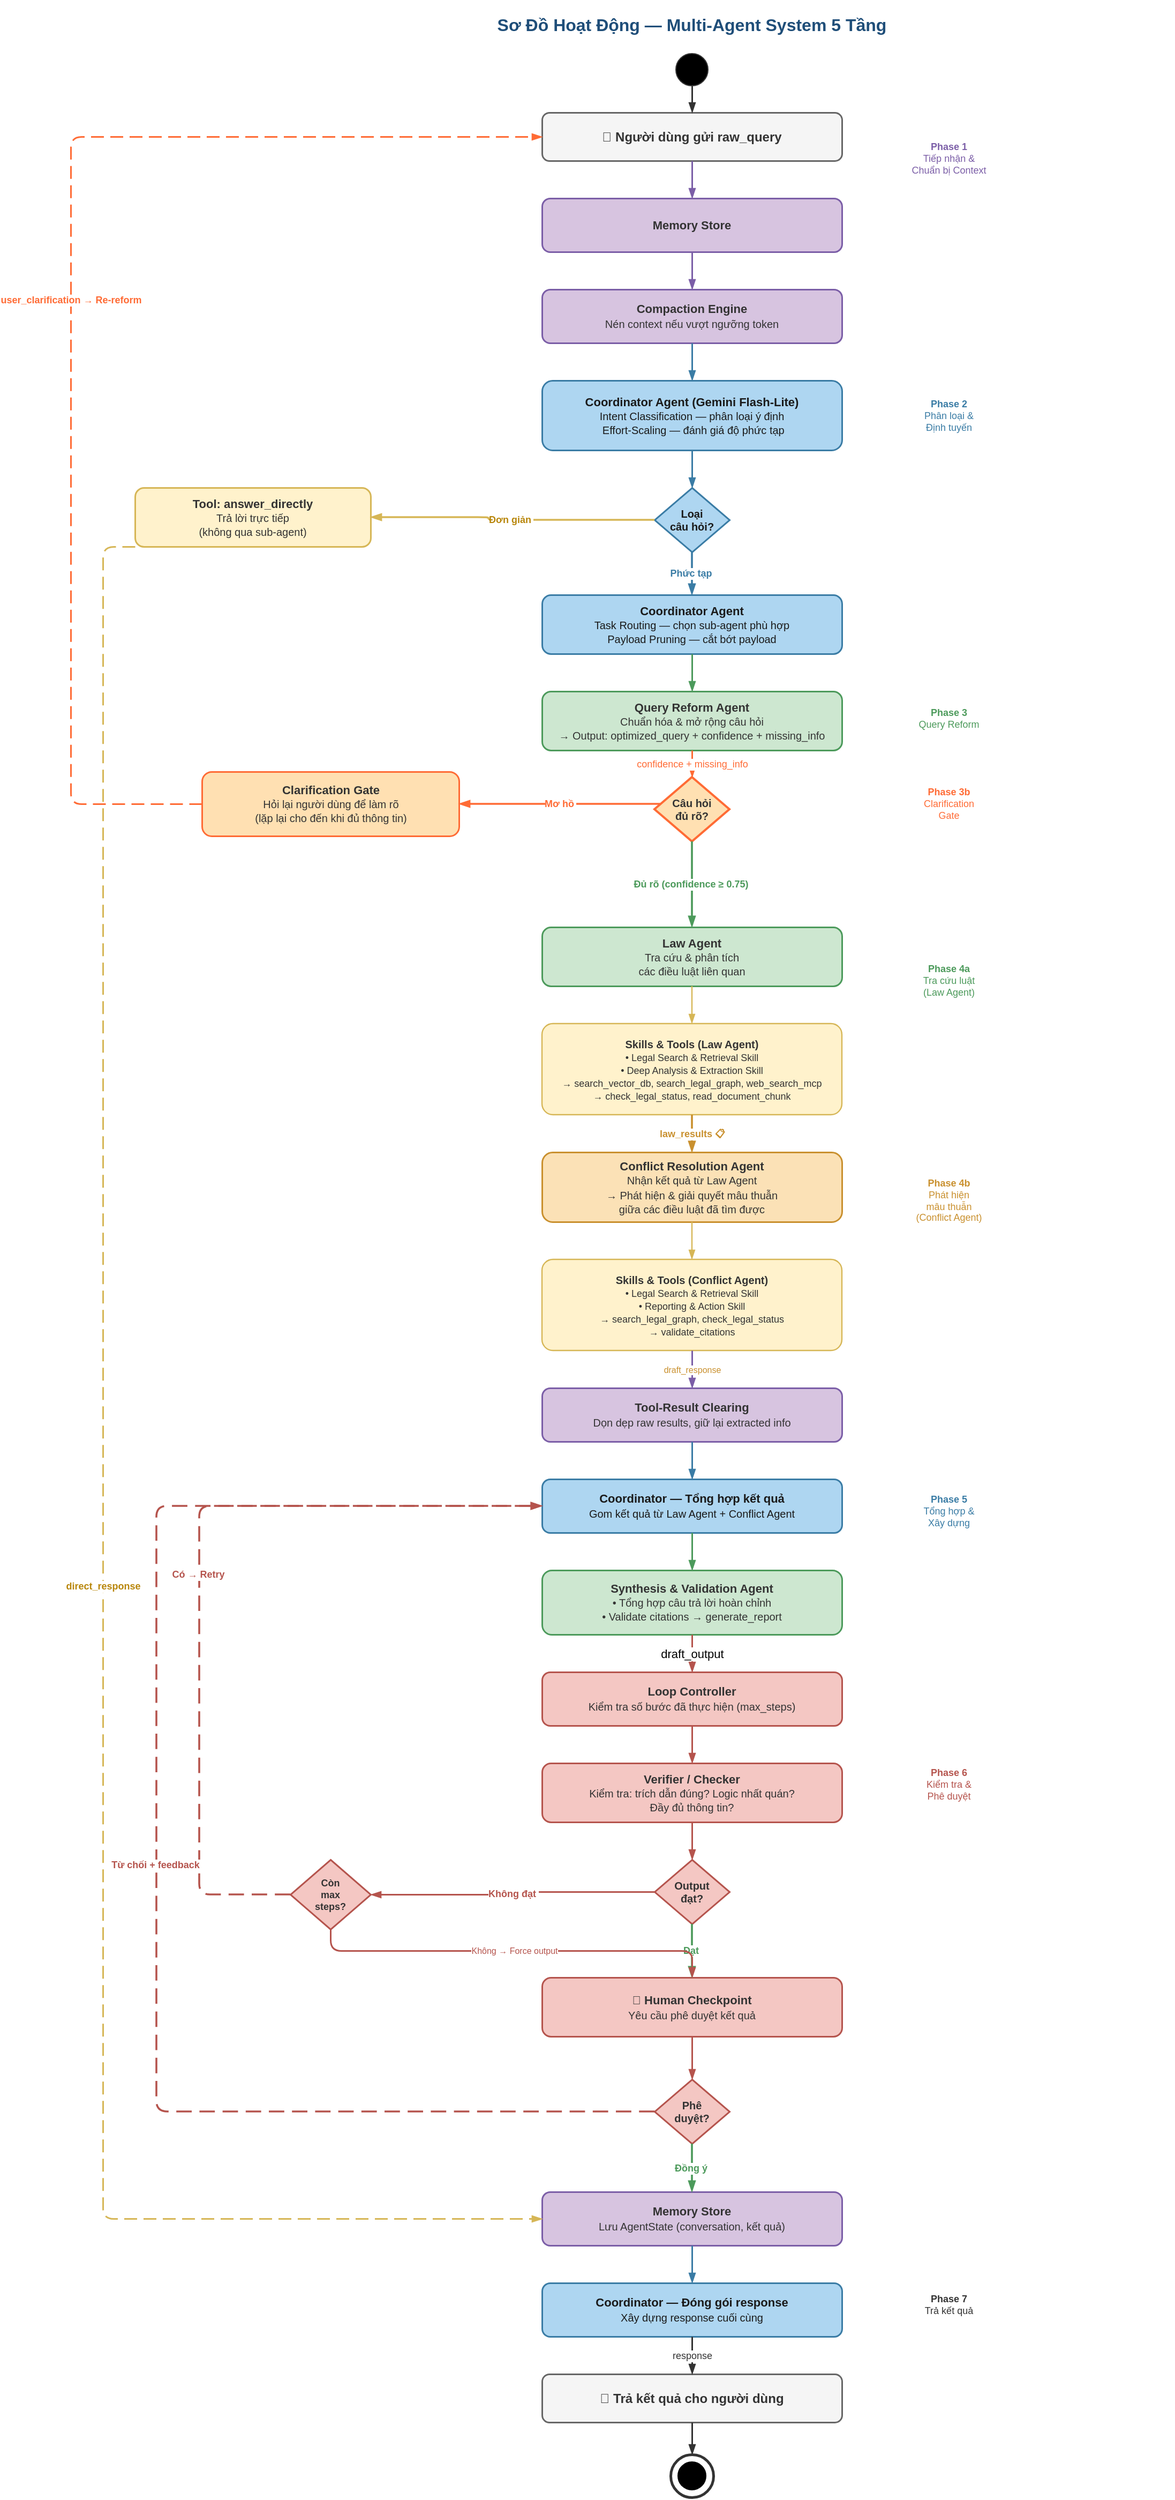
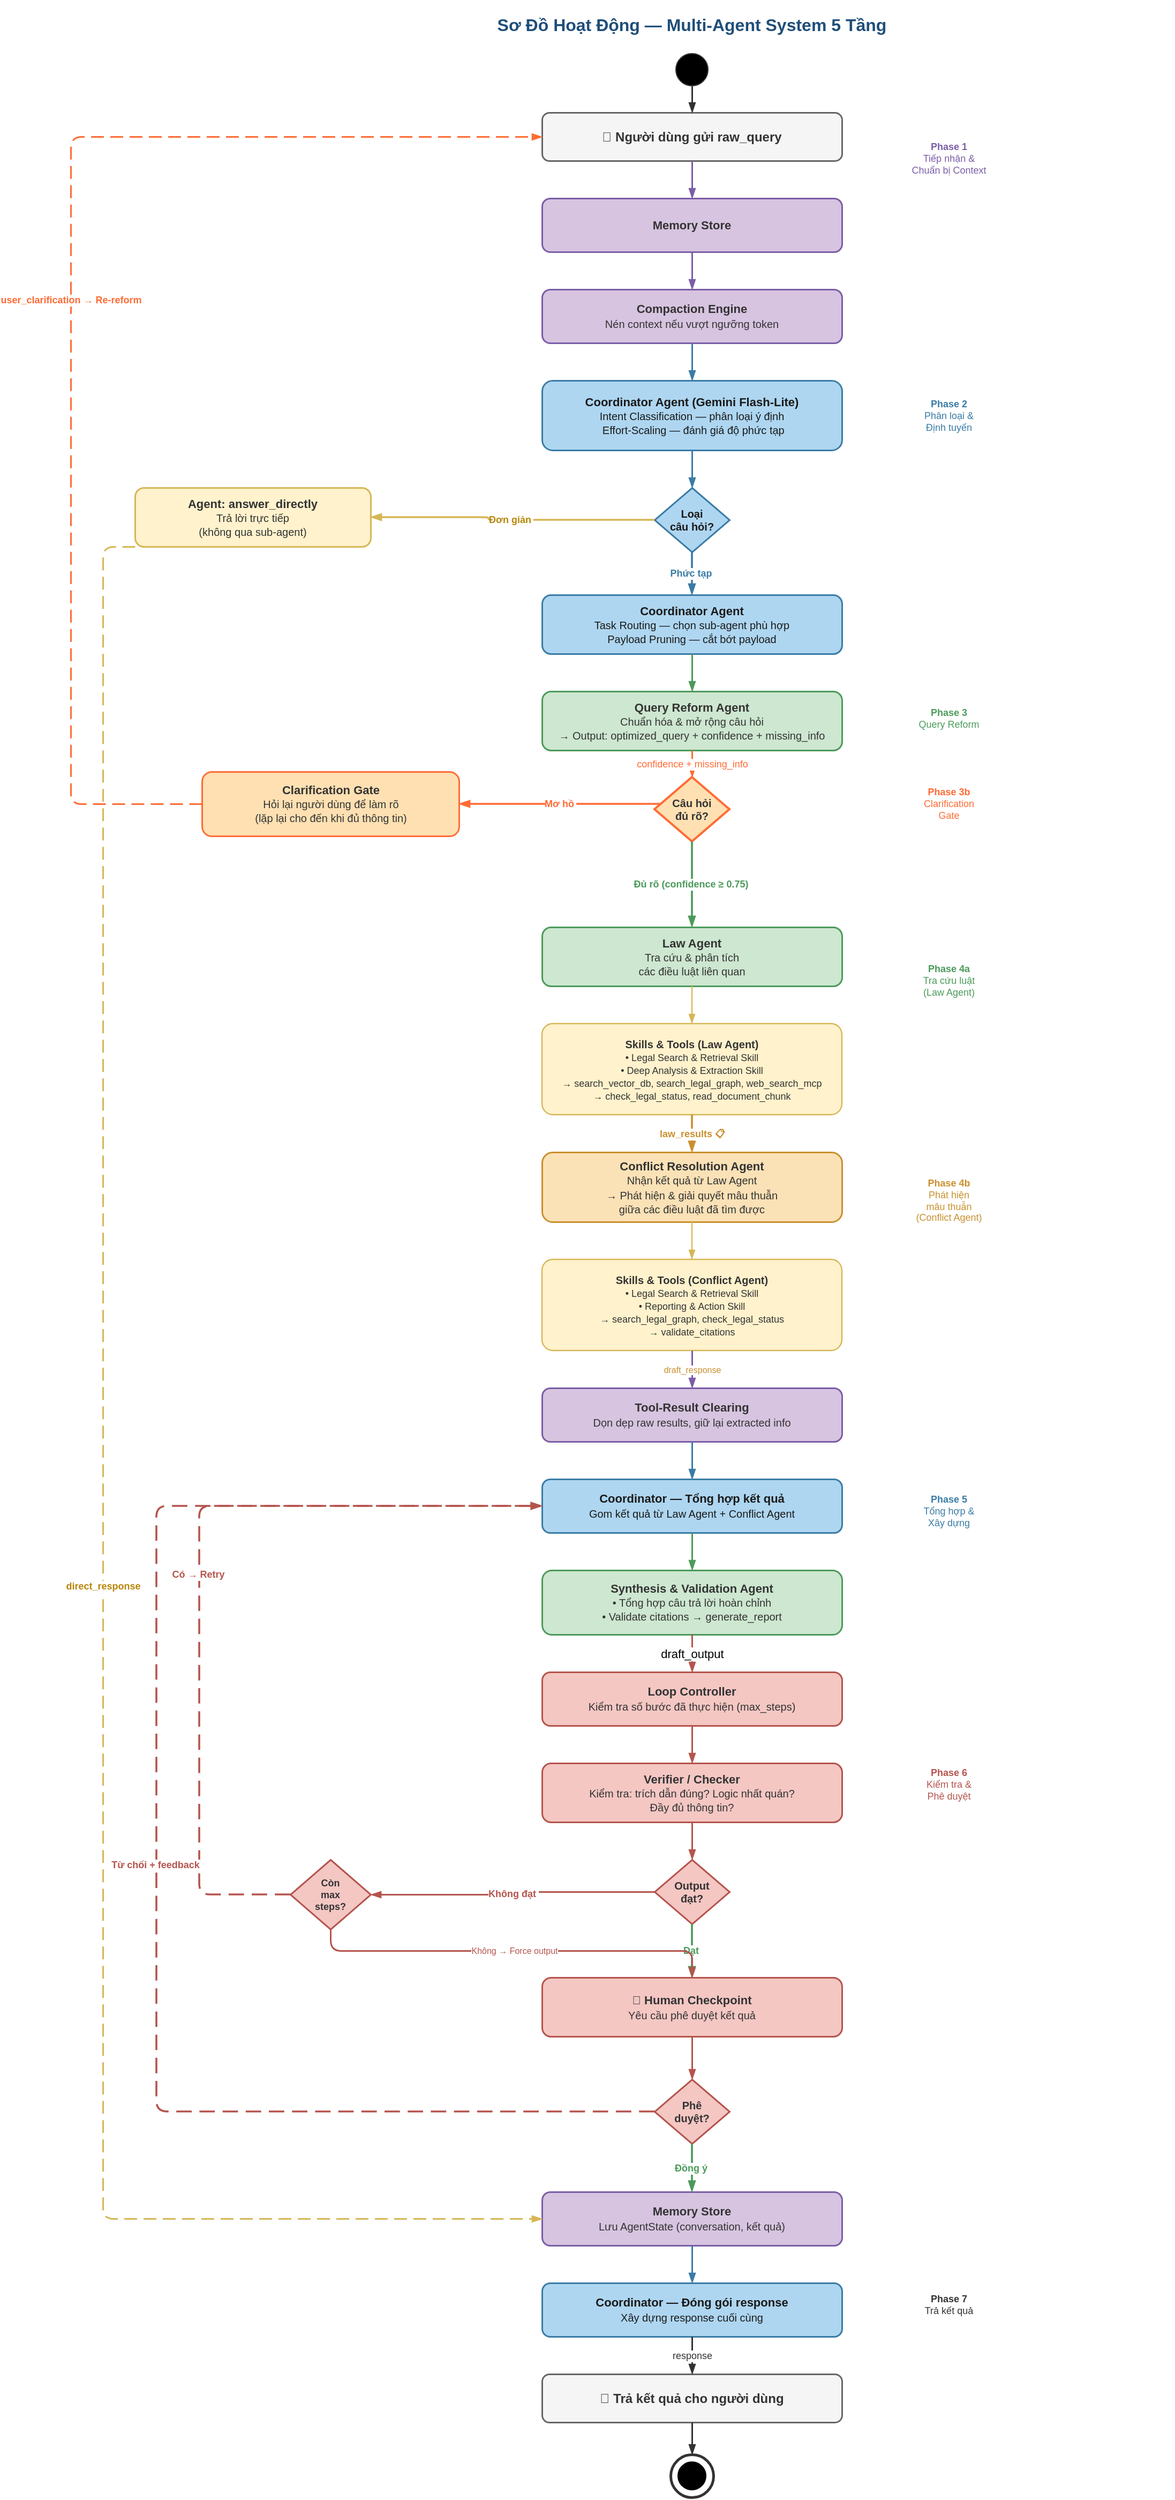
<mxfile host="app.diagrams.net" agent="antigravity">
  <diagram name="So Do Hoat Dong - Multi-Agent System" id="actDiag">
-     <mxGraphModel dx="2847" dy="708" grid="1" gridSize="10" guides="1" tooltips="1" connect="1" arrows="1" fold="1" page="1" pageScale="1" pageWidth="1500" pageHeight="2560" math="0" shadow="0">
+     <mxGraphModel dx="3164" dy="914" grid="1" gridSize="10" guides="1" tooltips="1" connect="1" arrows="1" fold="1" page="1" pageScale="1" pageWidth="1500" pageHeight="2560" math="0" shadow="0">
      <root>
        <mxCell id="0" />
        <mxCell id="1" parent="0" />
        <mxCell id="title" parent="1" style="text;html=1;fontSize=16;fontStyle=1;fontColor=#1F4E79;align=center;verticalAlign=middle;whiteSpace=wrap;" value="Sơ Đồ Hoạt Động — Multi-Agent System 5 Tầng" vertex="1">
          <mxGeometry height="45" width="900" x="170" y="10" as="geometry" />
        </mxCell>
        <mxCell id="ph1" parent="1" style="text;html=1;fontSize=9;fontColor=#7B5EA7;align=center;verticalAlign=middle;whiteSpace=wrap;" value="&lt;b&gt;Phase 1&lt;/b&gt;&lt;br&gt;Tiếp nhận &amp;&lt;br&gt;Chuẩn bị Context" vertex="1">
          <mxGeometry height="55" width="100" x="810" y="130" as="geometry" />
        </mxCell>
        <mxCell id="ph2" parent="1" style="text;html=1;fontSize=9;fontColor=#3A7CA5;align=center;verticalAlign=middle;whiteSpace=wrap;" value="&lt;b&gt;Phase 2&lt;/b&gt;&lt;br&gt;Phân loại &amp;&lt;br&gt;Định tuyến" vertex="1">
          <mxGeometry height="55" width="100" x="810" y="370" as="geometry" />
        </mxCell>
        <mxCell id="ph3" parent="1" style="text;html=1;fontSize=9;fontColor=#4C9A5B;align=center;verticalAlign=middle;whiteSpace=wrap;" value="&lt;b&gt;Phase 3&lt;/b&gt;&lt;br&gt;Query Reform" vertex="1">
          <mxGeometry height="40" width="100" x="810" y="660" as="geometry" />
        </mxCell>
        <mxCell id="ph3b" parent="1" style="text;html=1;fontSize=9;fontColor=#FF6B35;align=center;verticalAlign=middle;whiteSpace=wrap;" value="&lt;b&gt;Phase 3b&lt;/b&gt;&lt;br&gt;Clarification&lt;br&gt;Gate" vertex="1">
          <mxGeometry height="60" width="100" x="810" y="730" as="geometry" />
        </mxCell>
        <mxCell id="ph4" parent="1" style="text;html=1;fontSize=9;fontColor=#4C9A5B;align=center;verticalAlign=middle;whiteSpace=wrap;" value="&lt;b&gt;Phase 4a&lt;/b&gt;&lt;br&gt;Tra cứu luật&lt;br&gt;(Law Agent)" vertex="1">
          <mxGeometry height="50" width="100" x="810" y="900" as="geometry" />
        </mxCell>
        <mxCell id="ph4b" parent="1" style="text;html=1;fontSize=9;fontColor=#C9902E;align=center;verticalAlign=middle;whiteSpace=wrap;" value="&lt;b&gt;Phase 4b&lt;/b&gt;&lt;br&gt;Phát hiện&lt;br&gt;mâu thuẫn&lt;br&gt;(Conflict Agent)" vertex="1">
          <mxGeometry height="60" width="100" x="810" y="1100" as="geometry" />
        </mxCell>
        <mxCell id="ph5" parent="1" style="text;html=1;fontSize=9;fontColor=#3A7CA5;align=center;verticalAlign=middle;whiteSpace=wrap;" value="&lt;b&gt;Phase 5&lt;/b&gt;&lt;br&gt;Tổng hợp &amp;&lt;br&gt;Xây dựng" vertex="1">
          <mxGeometry height="50" width="100" x="810" y="1395" as="geometry" />
        </mxCell>
        <mxCell id="ph6" parent="1" style="text;html=1;fontSize=9;fontColor=#B5544D;align=center;verticalAlign=middle;whiteSpace=wrap;" value="&lt;b&gt;Phase 6&lt;/b&gt;&lt;br&gt;Kiểm tra &amp;&lt;br&gt;Phê duyệt" vertex="1">
          <mxGeometry height="50" width="100" x="810" y="1650" as="geometry" />
        </mxCell>
        <mxCell id="ph7" parent="1" style="text;html=1;fontSize=9;fontColor=#333;align=center;verticalAlign=middle;whiteSpace=wrap;" value="&lt;b&gt;Phase 7&lt;/b&gt;&lt;br&gt;Trả kết quả" vertex="1">
          <mxGeometry height="40" width="100" x="810" y="2140" as="geometry" />
        </mxCell>
        <mxCell id="start" parent="1" style="ellipse;whiteSpace=wrap;html=1;fillColor=#000000;strokeColor=#333333;aspect=fixed;" value="" vertex="1">
          <mxGeometry height="30" width="30" x="605" y="60" as="geometry" />
        </mxCell>
        <mxCell id="a_user" parent="1" style="rounded=1;whiteSpace=wrap;html=1;arcSize=15;strokeWidth=1.5;fontSize=12;fontStyle=1;fillColor=#F5F5F5;strokeColor=#666666;fontColor=#333333;" value="👤 Người dùng gửi raw_query" vertex="1">
          <mxGeometry height="45" width="280" x="480" y="115" as="geometry" />
        </mxCell>
        <mxCell id="a_memory" parent="1" style="rounded=1;whiteSpace=wrap;html=1;arcSize=15;strokeWidth=1.5;fontSize=11;fontStyle=1;fillColor=#D7C4E0;strokeColor=#7B5EA7;fontColor=#333333;" value="Memory Store" vertex="1">
          <mxGeometry height="50" width="280" x="480" y="195" as="geometry" />
        </mxCell>
        <mxCell id="a_compact" parent="1" style="rounded=1;whiteSpace=wrap;html=1;arcSize=15;strokeWidth=1.5;fontSize=11;fontStyle=1;fillColor=#D7C4E0;strokeColor=#7B5EA7;fontColor=#333333;" value="Compaction Engine&lt;br&gt;&lt;font style=&quot;font-weight:normal;font-size:10px;&quot;&gt;Nén context nếu vượt ngưỡng token&lt;/font&gt;" vertex="1">
          <mxGeometry height="50" width="280" x="480" y="280" as="geometry" />
        </mxCell>
        <mxCell id="a_intent" parent="1" style="rounded=1;whiteSpace=wrap;html=1;arcSize=15;strokeWidth=1.5;fontSize=11;fontStyle=1;fillColor=#AED6F1;strokeColor=#3A7CA5;fontColor=#1a1a1a;" value="Coordinator Agent (Gemini Flash-Lite)&lt;br&gt;&lt;font style=&quot;font-weight:normal;font-size:10px;&quot;&gt;Intent Classification — phân loại ý định&lt;br&gt;&amp;nbsp;Effort-Scaling — đánh giá độ phức tạp&lt;/font&gt;" vertex="1">
          <mxGeometry height="65" width="280" x="480" y="365" as="geometry" />
        </mxCell>
        <mxCell id="d_type" parent="1" style="rhombus;whiteSpace=wrap;html=1;strokeWidth=1.5;fontSize=10;fontStyle=1;fillColor=#AED6F1;strokeColor=#3A7CA5;fontColor=#1a1a1a;" value="Loại&lt;br&gt;câu hỏi?" vertex="1">
          <mxGeometry height="60" width="70" x="585" y="465" as="geometry" />
        </mxCell>
-         <mxCell id="a_bypass" parent="1" style="rounded=1;whiteSpace=wrap;html=1;arcSize=15;strokeWidth=1.5;fontSize=11;fontStyle=1;fillColor=#FFF2CC;strokeColor=#D6B656;fontColor=#333333;" value="Tool: answer_directly&lt;br&gt;&lt;font style=&quot;font-weight:normal;font-size:10px;&quot;&gt;Trả lời trực tiếp&lt;br&gt;(không qua sub-agent)&lt;/font&gt;" vertex="1">
+         <mxCell id="a_bypass" parent="1" style="rounded=1;whiteSpace=wrap;html=1;arcSize=15;strokeWidth=1.5;fontSize=11;fontStyle=1;fillColor=#FFF2CC;strokeColor=#D6B656;fontColor=#333333;" value="Agent: answer_directly&lt;br&gt;&lt;font style=&quot;font-weight:normal;font-size:10px;&quot;&gt;Trả lời trực tiếp&lt;br&gt;(không qua sub-agent)&lt;/font&gt;" vertex="1">
          <mxGeometry height="55" width="220" x="100" y="465" as="geometry" />
        </mxCell>
        <mxCell id="a_route" parent="1" style="rounded=1;whiteSpace=wrap;html=1;arcSize=15;strokeWidth=1.5;fontSize=11;fontStyle=1;fillColor=#AED6F1;strokeColor=#3A7CA5;fontColor=#1a1a1a;" value="Coordinator Agent&lt;br&gt;&lt;font style=&quot;font-weight:normal;font-size:10px;&quot;&gt;Task Routing — chọn sub-agent phù hợp&lt;br&gt;Payload Pruning — cắt bớt payload&lt;/font&gt;" vertex="1">
          <mxGeometry height="55" width="280" x="480" y="565" as="geometry" />
        </mxCell>
        <mxCell id="a_reform" parent="1" style="rounded=1;whiteSpace=wrap;html=1;arcSize=15;strokeWidth=1.5;fontSize=11;fontStyle=1;fillColor=#CDE7D0;strokeColor=#4C9A5B;fontColor=#333333;" value="Query Reform Agent&lt;br&gt;&lt;font style=&quot;font-weight:normal;font-size:10px;&quot;&gt;Chuẩn hóa &amp;amp; mở rộng câu hỏi&lt;br&gt;→ Output: optimized_query + confidence + missing_info&lt;/font&gt;" vertex="1">
          <mxGeometry height="55" width="280" x="480" y="655" as="geometry" />
        </mxCell>
        <mxCell id="d_clarity" parent="1" style="rhombus;whiteSpace=wrap;html=1;strokeWidth=2;fontSize=10;fontStyle=1;fillColor=#FFE0B2;strokeColor=#FF6B35;fontColor=#333333;" value="Câu hỏi&lt;br&gt;đủ rõ?" vertex="1">
          <mxGeometry height="60" width="70" x="585" y="735" as="geometry" />
        </mxCell>
        <mxCell id="a_clarify" parent="1" style="rounded=1;whiteSpace=wrap;html=1;arcSize=15;strokeWidth=1.5;fontSize=11;fontStyle=1;fillColor=#FFE0B2;strokeColor=#FF6B35;fontColor=#333333;" value="Clarification Gate&lt;br&gt;&lt;font style=&quot;font-weight:normal;font-size:10px;&quot;&gt;Hỏi lại người dùng để làm rõ&lt;br&gt;(lặp lại cho đến khi đủ thông tin)&lt;/font&gt;" vertex="1">
          <mxGeometry height="60" width="240" x="162.5" y="730" as="geometry" />
        </mxCell>
        <mxCell id="a_law" parent="1" style="rounded=1;whiteSpace=wrap;html=1;arcSize=15;strokeWidth=1.5;fontSize=11;fontStyle=1;fillColor=#CDE7D0;strokeColor=#4C9A5B;fontColor=#333333;" value="Law Agent&lt;br&gt;&lt;font style=&quot;font-weight:normal;font-size:10px;&quot;&gt;Tra cứu &amp; phân tích&lt;br&gt;các điều luật liên quan&lt;/font&gt;" vertex="1">
          <mxGeometry height="55" width="280" x="480" y="875" as="geometry" />
        </mxCell>
        <mxCell id="a_law_tools" parent="1" style="rounded=1;whiteSpace=wrap;html=1;arcSize=12;strokeWidth=1.2;fontSize=10;fillColor=#FFF2CC;strokeColor=#D6B656;fontColor=#333333;" value="&lt;b&gt;Skills &amp;amp; Tools (Law Agent)&lt;/b&gt;&lt;br&gt;&lt;font style=&quot;font-size:9px;&quot;&gt;• Legal Search &amp;amp; Retrieval Skill&lt;br&gt;• Deep Analysis &amp;amp; Extraction Skill&lt;br&gt;→ search_vector_db, search_legal_graph, web_search_mcp&lt;br&gt;→ check_legal_status, read_document_chunk&lt;/font&gt;" vertex="1">
          <mxGeometry height="85" width="280" x="480" y="965" as="geometry" />
        </mxCell>
        <mxCell id="a_conflict" parent="1" style="rounded=1;whiteSpace=wrap;html=1;arcSize=15;strokeWidth=1.5;fontSize=11;fontStyle=1;fillColor=#FBE1B6;strokeColor=#C9902E;fontColor=#333333;" value="Conflict Resolution Agent&lt;br&gt;&lt;font style=&quot;font-weight:normal;font-size:10px;&quot;&gt;Nhận kết quả từ Law Agent&lt;br&gt;→ Phát hiện &amp; giải quyết mâu thuẫn&lt;br&gt;giữa các điều luật đã tìm được&lt;/font&gt;" vertex="1">
          <mxGeometry height="65" width="280" x="480" y="1085" as="geometry" />
        </mxCell>
        <mxCell id="a_conflict_tools" parent="1" style="rounded=1;whiteSpace=wrap;html=1;arcSize=12;strokeWidth=1.2;fontSize=10;fillColor=#FFF2CC;strokeColor=#D6B656;fontColor=#333333;" value="&lt;b&gt;Skills &amp;amp; Tools (Conflict Agent)&lt;/b&gt;&lt;br&gt;&lt;font style=&quot;font-size:9px;&quot;&gt;• Legal Search &amp;amp; Retrieval Skill&lt;br&gt;• Reporting &amp;amp; Action Skill&lt;br&gt;→ search_legal_graph, check_legal_status&lt;br&gt;→ validate_citations&lt;/font&gt;" vertex="1">
          <mxGeometry height="85" width="280" x="480" y="1185" as="geometry" />
        </mxCell>
        <mxCell id="a_clear" parent="1" style="rounded=1;whiteSpace=wrap;html=1;arcSize=15;strokeWidth=1.5;fontSize=11;fontStyle=1;fillColor=#D7C4E0;strokeColor=#7B5EA7;fontColor=#333333;" value="Tool-Result Clearing&lt;br&gt;&lt;font style=&quot;font-weight:normal;font-size:10px;&quot;&gt;Dọn dẹp raw results, giữ lại extracted info&lt;/font&gt;" vertex="1">
          <mxGeometry height="50" width="280" x="480" y="1305" as="geometry" />
        </mxCell>
        <mxCell id="a_agg" parent="1" style="rounded=1;whiteSpace=wrap;html=1;arcSize=15;strokeWidth=1.5;fontSize=11;fontStyle=1;fillColor=#AED6F1;strokeColor=#3A7CA5;fontColor=#1a1a1a;" value="Coordinator — Tổng hợp kết quả&lt;br&gt;&lt;font style=&quot;font-weight:normal;font-size:10px;&quot;&gt;Gom kết quả từ Law Agent + Conflict Agent&lt;/font&gt;" vertex="1">
          <mxGeometry height="50" width="280" x="480" y="1390" as="geometry" />
        </mxCell>
        <mxCell id="a_synth" parent="1" style="rounded=1;whiteSpace=wrap;html=1;arcSize=15;strokeWidth=1.5;fontSize=11;fontStyle=1;fillColor=#CDE7D0;strokeColor=#4C9A5B;fontColor=#333333;" value="Synthesis &amp; Validation Agent&lt;br&gt;&lt;font style=&quot;font-weight:normal;font-size:10px;&quot;&gt;• Tổng hợp câu trả lời hoàn chỉnh&lt;br&gt;• Validate citations → generate_report&lt;/font&gt;" vertex="1">
          <mxGeometry height="60" width="280" x="480" y="1475" as="geometry" />
        </mxCell>
        <mxCell id="a_loop" parent="1" style="rounded=1;whiteSpace=wrap;html=1;arcSize=15;strokeWidth=1.5;fontSize=11;fontStyle=1;fillColor=#F4C7C3;strokeColor=#B5544D;fontColor=#333333;" value="Loop Controller&lt;br&gt;&lt;font style=&quot;font-weight:normal;font-size:10px;&quot;&gt;Kiểm tra số bước đã thực hiện (max_steps)&lt;/font&gt;" vertex="1">
          <mxGeometry height="50" width="280" x="480" y="1570" as="geometry" />
        </mxCell>
        <mxCell id="a_verify" parent="1" style="rounded=1;whiteSpace=wrap;html=1;arcSize=15;strokeWidth=1.5;fontSize=11;fontStyle=1;fillColor=#F4C7C3;strokeColor=#B5544D;fontColor=#333333;" value="Verifier / Checker&lt;br&gt;&lt;font style=&quot;font-weight:normal;font-size:10px;&quot;&gt;Kiểm tra: trích dẫn đúng? Logic nhất quán?&lt;br&gt;Đầy đủ thông tin?&lt;/font&gt;" vertex="1">
          <mxGeometry height="55" width="280" x="480" y="1655" as="geometry" />
        </mxCell>
        <mxCell id="d_quality" parent="1" style="rhombus;whiteSpace=wrap;html=1;strokeWidth=1.5;fontSize=10;fontStyle=1;fillColor=#F4C7C3;strokeColor=#B5544D;fontColor=#333333;" value="Output&lt;br&gt;đạt?" vertex="1">
          <mxGeometry height="60" width="70" x="585" y="1745" as="geometry" />
        </mxCell>
        <mxCell id="d_steps" parent="1" style="rhombus;whiteSpace=wrap;html=1;strokeWidth=1.5;fontSize=9;fontStyle=1;fillColor=#F4C7C3;strokeColor=#B5544D;fontColor=#333333;" value="Còn&lt;br&gt;max&lt;br&gt;steps?" vertex="1">
          <mxGeometry height="65" width="75" x="245" y="1745" as="geometry" />
        </mxCell>
        <mxCell id="a_human" parent="1" style="rounded=1;whiteSpace=wrap;html=1;arcSize=15;strokeWidth=1.5;fontSize=11;fontStyle=1;fillColor=#F4C7C3;strokeColor=#B5544D;fontColor=#333333;" value="👤 Human Checkpoint&lt;br&gt;&lt;font style=&quot;font-weight:normal;font-size:10px;&quot;&gt;Yêu cầu phê duyệt kết quả&lt;br&gt;&lt;/font&gt;" vertex="1">
          <mxGeometry height="55" width="280" x="480" y="1855" as="geometry" />
        </mxCell>
        <mxCell id="d_approve" parent="1" style="rhombus;whiteSpace=wrap;html=1;strokeWidth=1.5;fontSize=10;fontStyle=1;fillColor=#F4C7C3;strokeColor=#B5544D;fontColor=#333333;" value="Phê&lt;br&gt;duyệt?" vertex="1">
          <mxGeometry height="60" width="70" x="585" y="1950" as="geometry" />
        </mxCell>
        <mxCell id="a_save" parent="1" style="rounded=1;whiteSpace=wrap;html=1;arcSize=15;strokeWidth=1.5;fontSize=11;fontStyle=1;fillColor=#D7C4E0;strokeColor=#7B5EA7;fontColor=#333333;" value="Memory Store&lt;br&gt;&lt;font style=&quot;font-weight:normal;font-size:10px;&quot;&gt;Lưu AgentState (conversation, kết quả)&lt;/font&gt;" vertex="1">
          <mxGeometry height="50" width="280" x="480" y="2055" as="geometry" />
        </mxCell>
        <mxCell id="a_build" parent="1" style="rounded=1;whiteSpace=wrap;html=1;arcSize=15;strokeWidth=1.5;fontSize=11;fontStyle=1;fillColor=#AED6F1;strokeColor=#3A7CA5;fontColor=#1a1a1a;" value="Coordinator — Đóng gói response&lt;br&gt;&lt;font style=&quot;font-weight:normal;font-size:10px;&quot;&gt;Xây dựng response cuối cùng&lt;/font&gt;" vertex="1">
          <mxGeometry height="50" width="280" x="480" y="2140" as="geometry" />
        </mxCell>
        <mxCell id="a_return" parent="1" style="rounded=1;whiteSpace=wrap;html=1;arcSize=15;strokeWidth=1.5;fontSize=12;fontStyle=1;fillColor=#F5F5F5;strokeColor=#666666;fontColor=#333333;" value="👤 Trả kết quả cho người dùng" vertex="1">
          <mxGeometry height="45" width="280" x="480" y="2225" as="geometry" />
        </mxCell>
        <mxCell id="end_ring" parent="1" style="ellipse;whiteSpace=wrap;html=1;fillColor=none;strokeColor=#333333;strokeWidth=2.5;aspect=fixed;" value="" vertex="1">
          <mxGeometry height="40" width="40" x="600" y="2300" as="geometry" />
        </mxCell>
        <mxCell id="end" parent="1" style="ellipse;whiteSpace=wrap;html=1;fillColor=#000000;strokeColor=#000000;aspect=fixed;" value="" vertex="1">
          <mxGeometry height="26" width="26" x="607" y="2307" as="geometry" />
        </mxCell>
        <mxCell id="e1" edge="1" parent="1" source="start" style="edgeStyle=orthogonalEdgeStyle;rounded=1;html=1;strokeColor=#333;strokeWidth=1.5;endArrow=blockThin;endFill=1;" target="a_user" value="">
          <mxGeometry relative="1" as="geometry" />
        </mxCell>
        <mxCell id="e2" edge="1" parent="1" source="a_user" style="edgeStyle=orthogonalEdgeStyle;rounded=1;html=1;strokeColor=#7B5EA7;strokeWidth=1.5;endArrow=blockThin;endFill=1;" target="a_memory" value="">
          <mxGeometry relative="1" as="geometry" />
        </mxCell>
        <mxCell id="e3" edge="1" parent="1" source="a_memory" style="edgeStyle=orthogonalEdgeStyle;rounded=1;html=1;strokeColor=#7B5EA7;strokeWidth=1.5;endArrow=blockThin;endFill=1;" target="a_compact" value="">
          <mxGeometry relative="1" as="geometry" />
        </mxCell>
        <mxCell id="e4" edge="1" parent="1" source="a_compact" style="edgeStyle=orthogonalEdgeStyle;rounded=1;html=1;strokeColor=#3A7CA5;strokeWidth=1.5;endArrow=blockThin;endFill=1;" target="a_intent" value="">
          <mxGeometry relative="1" as="geometry" />
        </mxCell>
        <mxCell id="e5" edge="1" parent="1" source="a_intent" style="edgeStyle=orthogonalEdgeStyle;rounded=1;html=1;strokeColor=#3A7CA5;strokeWidth=1.5;endArrow=blockThin;endFill=1;" target="d_type" value="">
          <mxGeometry relative="1" as="geometry" />
        </mxCell>
        <mxCell id="e6" edge="1" parent="1" source="d_type" style="edgeStyle=orthogonalEdgeStyle;rounded=1;html=1;strokeColor=#D6B656;strokeWidth=1.8;endArrow=blockThin;endFill=1;fontSize=9;fontColor=#B8860B;fontStyle=1;" target="a_bypass" value="Đơn giản&amp;nbsp;">
          <mxGeometry relative="1" as="geometry">
            <Array as="points">
              <mxPoint x="430" y="495" />
            </Array>
          </mxGeometry>
        </mxCell>
        <mxCell id="e30" edge="1" parent="1" source="a_bypass" style="edgeStyle=orthogonalEdgeStyle;rounded=1;html=1;strokeColor=#D6B656;strokeWidth=1.5;endArrow=blockThin;endFill=1;dashed=1;dashPattern=8 4;fontSize=9;fontColor=#B8860B;fontStyle=1;" target="a_save" value="direct_response">
          <mxGeometry relative="1" as="geometry">
            <Array as="points">
              <mxPoint x="70" y="520" />
              <mxPoint x="70" y="2080" />
            </Array>
          </mxGeometry>
        </mxCell>
        <mxCell id="e7" edge="1" parent="1" source="d_type" style="edgeStyle=orthogonalEdgeStyle;rounded=1;html=1;strokeColor=#3A7CA5;strokeWidth=1.8;endArrow=blockThin;endFill=1;fontSize=9;fontColor=#3A7CA5;fontStyle=1;" target="a_route" value="Phức tạp&amp;nbsp;">
          <mxGeometry relative="1" as="geometry" />
        </mxCell>
        <mxCell id="e8" edge="1" parent="1" source="a_route" style="edgeStyle=orthogonalEdgeStyle;rounded=1;html=1;strokeColor=#4C9A5B;strokeWidth=1.5;endArrow=blockThin;endFill=1;" target="a_reform" value="">
          <mxGeometry relative="1" as="geometry" />
        </mxCell>
        <mxCell id="e9" edge="1" parent="1" source="a_reform" style="edgeStyle=orthogonalEdgeStyle;rounded=1;html=1;strokeColor=#FF6B35;strokeWidth=1.5;endArrow=blockThin;endFill=1;fontSize=9;fontColor=#FF6B35;" target="d_clarity" value="confidence + missing_info">
          <mxGeometry relative="1" as="geometry" />
        </mxCell>
        <mxCell id="e9a" edge="1" parent="1" source="d_clarity" style="edgeStyle=orthogonalEdgeStyle;rounded=1;html=1;strokeColor=#4C9A5B;strokeWidth=1.8;endArrow=blockThin;endFill=1;fontSize=9;fontColor=#4C9A5B;fontStyle=1;" target="a_law" value="Đủ rõ (confidence ≥ 0.75)&amp;nbsp;">
          <mxGeometry relative="1" as="geometry" />
        </mxCell>
        <mxCell id="e9b" edge="1" parent="1" source="d_clarity" style="edgeStyle=orthogonalEdgeStyle;rounded=1;html=1;strokeColor=#FF6B35;strokeWidth=1.8;endArrow=blockThin;endFill=1;fontSize=9;fontColor=#FF6B35;fontStyle=1;" target="a_clarify" value="Mơ hồ&amp;nbsp;">
          <mxGeometry relative="1" as="geometry">
            <Array as="points">
              <mxPoint x="430" y="760" />
            </Array>
          </mxGeometry>
        </mxCell>
        <mxCell id="e9c" edge="1" parent="1" source="a_clarify" style="edgeStyle=orthogonalEdgeStyle;rounded=1;html=1;strokeColor=#FF6B35;strokeWidth=1.5;endArrow=blockThin;endFill=1;dashed=1;dashPattern=8 4;fontSize=9;fontColor=#FF6B35;fontStyle=1;entryX=0;entryY=0.5;entryDx=0;entryDy=0;" target="a_user" value="user_clarification → Re-reform">
          <mxGeometry relative="1" as="geometry">
            <Array as="points">
              <mxPoint x="40" y="760" />
              <mxPoint x="40" y="138" />
            </Array>
          </mxGeometry>
        </mxCell>
        <mxCell id="e12" edge="1" parent="1" source="a_law" style="edgeStyle=orthogonalEdgeStyle;rounded=1;html=1;strokeColor=#D6B656;strokeWidth=1.2;endArrow=blockThin;endFill=1;" target="a_law_tools" value="">
          <mxGeometry relative="1" as="geometry" />
        </mxCell>
        <mxCell id="e_law_to_conflict" edge="1" parent="1" source="a_law_tools" style="edgeStyle=orthogonalEdgeStyle;rounded=1;html=1;strokeColor=#C9902E;strokeWidth=1.8;endArrow=blockThin;endFill=1;fontSize=9;fontColor=#C9902E;fontStyle=1;" target="a_conflict" value="law_results 📋">
          <mxGeometry relative="1" as="geometry" />
        </mxCell>
        <mxCell id="e13" edge="1" parent="1" source="a_conflict" style="edgeStyle=orthogonalEdgeStyle;rounded=1;html=1;strokeColor=#D6B656;strokeWidth=1.2;endArrow=blockThin;endFill=1;" target="a_conflict_tools" value="">
          <mxGeometry relative="1" as="geometry" />
        </mxCell>
        <mxCell id="e_conflict_to_clear" edge="1" parent="1" source="a_conflict_tools" style="edgeStyle=orthogonalEdgeStyle;rounded=1;html=1;strokeColor=#7B5EA7;strokeWidth=1.5;endArrow=blockThin;endFill=1;fontSize=8;fontColor=#C9902E;" target="a_clear" value="draft_response">
          <mxGeometry relative="1" as="geometry" />
        </mxCell>
        <mxCell id="e17" edge="1" parent="1" source="a_clear" style="edgeStyle=orthogonalEdgeStyle;rounded=1;html=1;strokeColor=#3A7CA5;strokeWidth=1.5;endArrow=blockThin;endFill=1;" target="a_agg" value="">
          <mxGeometry relative="1" as="geometry" />
        </mxCell>
        <mxCell id="e18" edge="1" parent="1" source="a_agg" style="edgeStyle=orthogonalEdgeStyle;rounded=1;html=1;strokeColor=#4C9A5B;strokeWidth=1.5;endArrow=blockThin;endFill=1;" target="a_synth" value="">
          <mxGeometry relative="1" as="geometry" />
        </mxCell>
        <mxCell id="e19" edge="1" parent="1" source="a_synth" style="edgeStyle=orthogonalEdgeStyle;rounded=1;html=1;strokeColor=#B5544D;strokeWidth=1.5;endArrow=blockThin;endFill=1;" target="a_loop" value="draft_output">
          <mxGeometry relative="1" as="geometry" />
        </mxCell>
        <mxCell id="e20" edge="1" parent="1" source="a_loop" style="edgeStyle=orthogonalEdgeStyle;rounded=1;html=1;strokeColor=#B5544D;strokeWidth=1.5;endArrow=blockThin;endFill=1;" target="a_verify" value="">
          <mxGeometry relative="1" as="geometry" />
        </mxCell>
        <mxCell id="e21" edge="1" parent="1" source="a_verify" style="edgeStyle=orthogonalEdgeStyle;rounded=1;html=1;strokeColor=#B5544D;strokeWidth=1.5;endArrow=blockThin;endFill=1;" target="d_quality" value="">
          <mxGeometry relative="1" as="geometry" />
        </mxCell>
        <mxCell id="e22" edge="1" parent="1" source="d_quality" style="edgeStyle=orthogonalEdgeStyle;rounded=1;html=1;strokeColor=#B5544D;strokeWidth=1.5;endArrow=blockThin;endFill=1;fontSize=9;fontColor=#B5544D;fontStyle=1;" target="d_steps" value="Không đạt&amp;nbsp;">
          <mxGeometry relative="1" as="geometry" />
        </mxCell>
        <mxCell id="e23" edge="1" parent="1" source="d_quality" style="edgeStyle=orthogonalEdgeStyle;rounded=1;html=1;strokeColor=#4C9A5B;strokeWidth=1.8;endArrow=blockThin;endFill=1;fontSize=9;fontColor=#4C9A5B;fontStyle=1;" target="a_human" value="Đạt&amp;nbsp;">
          <mxGeometry relative="1" as="geometry" />
        </mxCell>
        <mxCell id="e24" edge="1" parent="1" source="d_steps" style="edgeStyle=orthogonalEdgeStyle;rounded=1;html=1;strokeColor=#B5544D;strokeWidth=1.8;endArrow=blockThin;endFill=1;dashed=1;dashPattern=8 4;fontSize=9;fontColor=#B5544D;fontStyle=1;" target="a_agg" value="Có → Retry&amp;nbsp;">
          <mxGeometry relative="1" as="geometry">
            <Array as="points">
              <mxPoint x="160" y="1778" />
              <mxPoint x="160" y="1415" />
            </Array>
          </mxGeometry>
        </mxCell>
        <mxCell id="e25" edge="1" parent="1" source="d_steps" style="edgeStyle=orthogonalEdgeStyle;rounded=1;html=1;strokeColor=#B5544D;strokeWidth=1.5;endArrow=blockThin;endFill=1;fontSize=8;fontColor=#B5544D;" target="a_human" value="Không → Force output">
          <mxGeometry relative="1" as="geometry">
            <Array as="points">
              <mxPoint x="283" y="1830" />
              <mxPoint x="620" y="1830" />
            </Array>
          </mxGeometry>
        </mxCell>
        <mxCell id="e26" edge="1" parent="1" source="a_human" style="edgeStyle=orthogonalEdgeStyle;rounded=1;html=1;strokeColor=#B5544D;strokeWidth=1.5;endArrow=blockThin;endFill=1;" target="d_approve" value="">
          <mxGeometry relative="1" as="geometry" />
        </mxCell>
        <mxCell id="e27" edge="1" parent="1" source="d_approve" style="edgeStyle=orthogonalEdgeStyle;rounded=1;html=1;strokeColor=#B5544D;strokeWidth=1.8;endArrow=blockThin;endFill=1;dashed=1;dashPattern=8 4;fontSize=9;fontColor=#B5544D;fontStyle=1;" target="a_agg" value="Từ chối + feedback&amp;nbsp;">
          <mxGeometry relative="1" as="geometry">
            <Array as="points">
              <mxPoint x="120" y="1980" />
              <mxPoint x="120" y="1415" />
            </Array>
          </mxGeometry>
        </mxCell>
        <mxCell id="e28" edge="1" parent="1" source="d_approve" style="edgeStyle=orthogonalEdgeStyle;rounded=1;html=1;strokeColor=#4C9A5B;strokeWidth=1.8;endArrow=blockThin;endFill=1;fontSize=9;fontColor=#4C9A5B;fontStyle=1;" target="a_save" value="Đồng ý&amp;nbsp;">
          <mxGeometry relative="1" as="geometry" />
        </mxCell>
        <mxCell id="e29" edge="1" parent="1" source="a_save" style="edgeStyle=orthogonalEdgeStyle;rounded=1;html=1;strokeColor=#3A7CA5;strokeWidth=1.5;endArrow=blockThin;endFill=1;" target="a_build" value="">
          <mxGeometry relative="1" as="geometry" />
        </mxCell>
        <mxCell id="e31" edge="1" parent="1" source="a_build" style="edgeStyle=orthogonalEdgeStyle;rounded=1;html=1;strokeColor=#333;strokeWidth=1.5;endArrow=blockThin;endFill=1;fontSize=9;fontColor=#333;" target="a_return" value="response">
          <mxGeometry relative="1" as="geometry" />
        </mxCell>
        <mxCell id="e32" edge="1" parent="1" source="a_return" style="edgeStyle=orthogonalEdgeStyle;rounded=1;html=1;strokeColor=#333;strokeWidth=1.5;endArrow=blockThin;endFill=1;" target="end_ring" value="">
          <mxGeometry relative="1" as="geometry" />
        </mxCell>
      </root>
    </mxGraphModel>
  </diagram>
- </mxfile>+ </mxfile>
